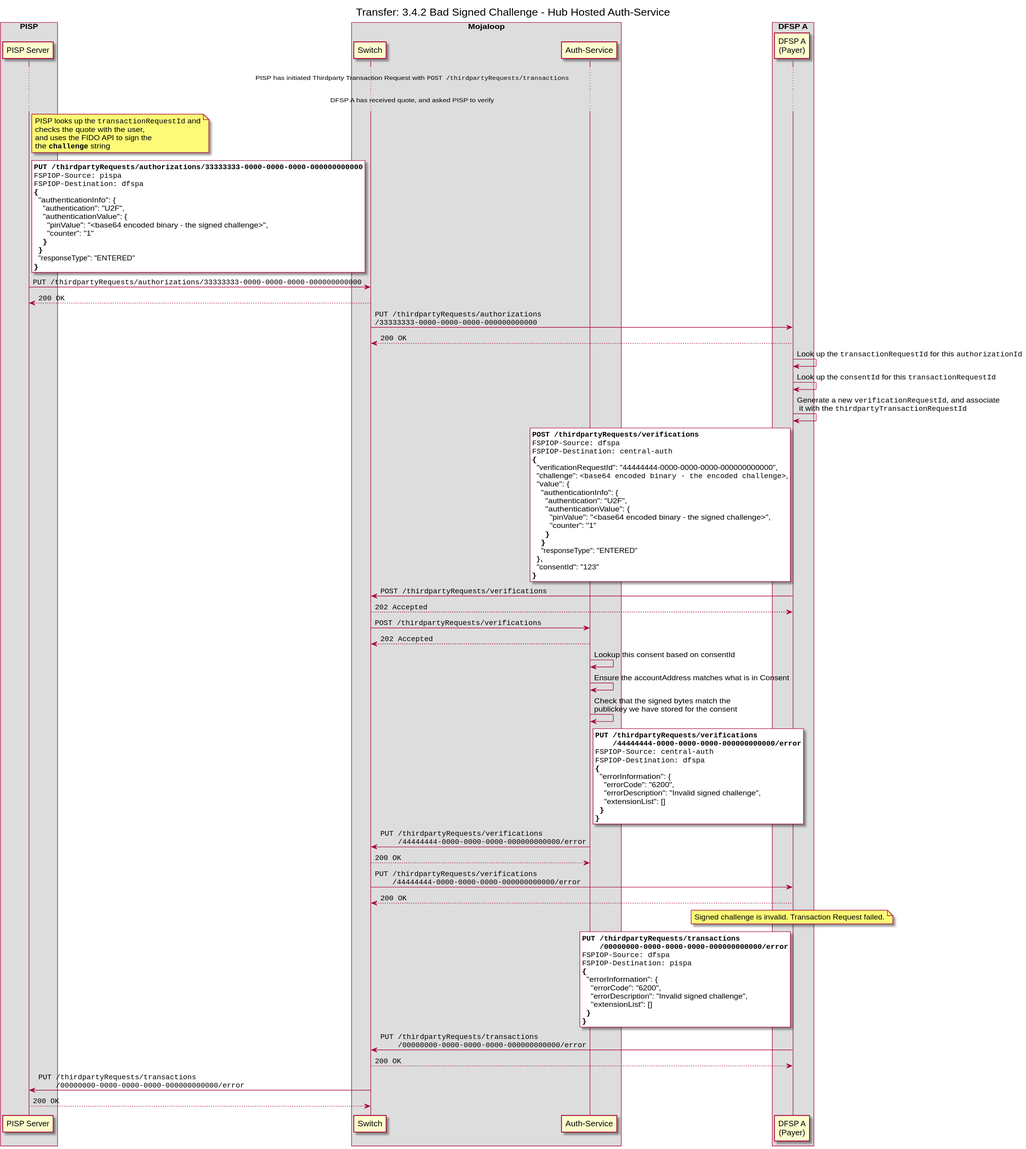
Above: docs/out/transfer/3-4-2-bad-signed-challenge-auth-service.svg in mojaloop/pisp-project (PlantUML), before the change. Its source is kept beside it as docs/transfer/3-4-2-bad-signed-challenge-auth-service.puml.
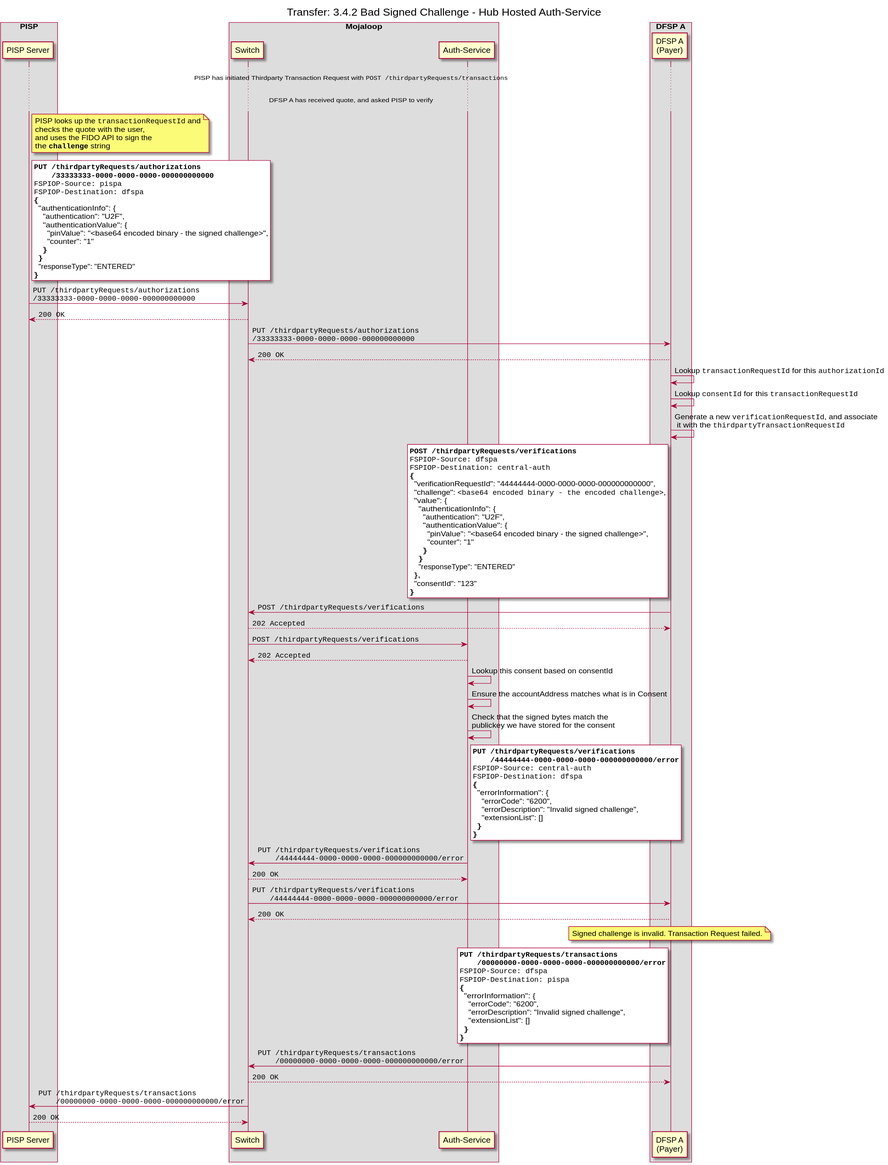
The same diagram one commit later.

Change to the diagram source:
```diff
@@ -27,7 +27,8 @@
 end note
 
 rnote right of D1 #Light
-**""PUT /thirdpartyRequests/authorizations/33333333-0000-0000-0000-000000000000""**
+**""PUT /thirdpartyRequests/authorizations""**
+**""    /33333333-0000-0000-0000-000000000000""**
 ""FSPIOP-Source: pispa""
 ""FSPIOP-Destination: dfspa""
 {
@@ -41,13 +42,13 @@
   "responseType": "ENTERED"
 }
 end note
-D1 -> S: ""PUT /thirdpartyRequests/authorizations/33333333-0000-0000-0000-000000000000""
+D1 -> S: ""PUT /thirdpartyRequests/authorizations""\n""/33333333-0000-0000-0000-000000000000""
 S --> D1: ""200 OK""
 S -> D2: ""PUT /thirdpartyRequests/authorizations""\n""/33333333-0000-0000-0000-000000000000""
 D2 --> S: ""200 OK""
 
-D2 -> D2: Look up the ""transactionRequestId"" for this ""authorizationId""
-D2 -> D2: Look up the ""consentId"" for this ""transactionRequestId""
+D2 -> D2: Lookup ""transactionRequestId"" for this ""authorizationId""
+D2 -> D2: Lookup ""consentId"" for this ""transactionRequestId""
 
 
 D2 -> D2: Generate a new ""verificationRequestId"", and associate \n it with the ""thirdpartyTransactionRequestId""
```
